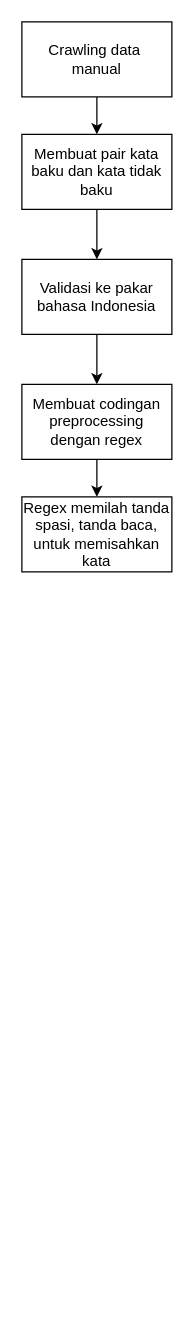
jezreelkosasih/diagram keeps this draw.io diagram as Untitled Diagram.drawio. Above is the earlier version. Source tidied: cells renumbered, new cells numbered last; positions are measured from the earlier drawing's top-left corner, leaving out a move shared by most shapes. Both pictures are drawn from the tidied source at 125%, with x=0, y=0 at pixel (21, 21).
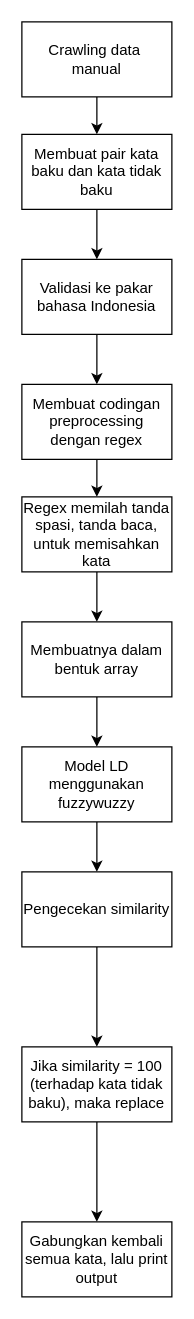
The same page after the edit.

Unchanged cells that the change refers to:
```xml
<mxCell id="10" value="Regex memilah tanda spasi, tanda baca, untuk memisahkan kata" style="rounded=0;whiteSpace=wrap;html=1;" parent="1" vertex="1">
  <mxGeometry y="380" width="120" height="60" as="geometry" />
</mxCell>
```

The edit, as a diff of the source:
```diff
@@
+    <mxCell id="11" style="edgeStyle=orthogonalEdgeStyle;rounded=0;jettySize=auto;html=1;" parent="1" edge="1" source="10" target="13">
+      <mxGeometry relative="1" as="geometry" />
+    </mxCell>
@@
+    <mxCell id="12" style="edgeStyle=orthogonalEdgeStyle;rounded=0;jettySize=auto;html=1;" parent="1" edge="1" source="13" target="15">
+      <mxGeometry relative="1" as="geometry" />
+    </mxCell>
+    <mxCell id="13" value="Membuatnya dalam bentuk array" style="rounded=0;whiteSpace=wrap;html=1;" parent="1" vertex="1">
+      <mxGeometry y="480" width="120" height="60" as="geometry" />
+    </mxCell>
+    <mxCell id="14" style="edgeStyle=orthogonalEdgeStyle;rounded=0;jettySize=auto;html=1;" parent="1" edge="1" source="15" target="17">
+      <mxGeometry relative="1" as="geometry" />
+    </mxCell>
+    <mxCell id="15" value="Model LD menggunakan fuzzywuzzy" style="rounded=0;whiteSpace=wrap;html=1;" parent="1" vertex="1">
+      <mxGeometry y="580" width="120" height="60" as="geometry" />
+    </mxCell>
+    <mxCell id="16" style="edgeStyle=orthogonalEdgeStyle;rounded=0;jettySize=auto;html=1;" parent="1" edge="1" source="17" target="19">
+      <mxGeometry relative="1" as="geometry" />
+    </mxCell>
+    <mxCell id="17" value="Pengecekan similarity" style="rounded=0;whiteSpace=wrap;html=1;" parent="1" vertex="1">
+      <mxGeometry y="680" width="120" height="60" as="geometry" />
+    </mxCell>
+    <mxCell id="18" style="edgeStyle=orthogonalEdgeStyle;rounded=0;jettySize=auto;html=1;" parent="1" edge="1" source="19" target="20">
+      <mxGeometry relative="1" as="geometry" />
+    </mxCell>
+    <mxCell id="19" value="Jika similarity = 100 (terhadap kata tidak baku), maka replace" style="rounded=0;whiteSpace=wrap;html=1;" parent="1" vertex="1">
+      <mxGeometry y="820" width="120" height="60" as="geometry" />
+    </mxCell>
+    <mxCell id="20" value="Gabungkan kembali semua kata, lalu print output" style="rounded=0;whiteSpace=wrap;html=1;" parent="1" vertex="1">
+      <mxGeometry y="960" width="120" height="60" as="geometry" />
+    </mxCell>
```
